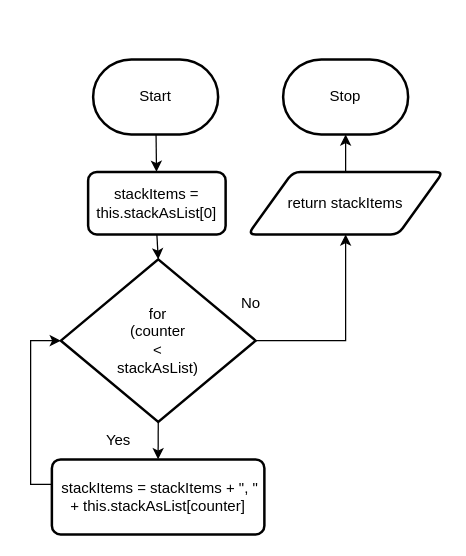
Earlier version of the draw.io diagram Unit2-01/design/flowchart2.drawio (evan-beaudoin99/ICS4U-Unit2-Evan-Beaudoin). Source tidied: cells renumbered, new cells numbered last; positions are measured from the earlier drawing's top-left corner, leaving out a move shared by most shapes. Both pictures are drawn from the tidied source at 125%, with x=0, y=0 at pixel (30, 59).
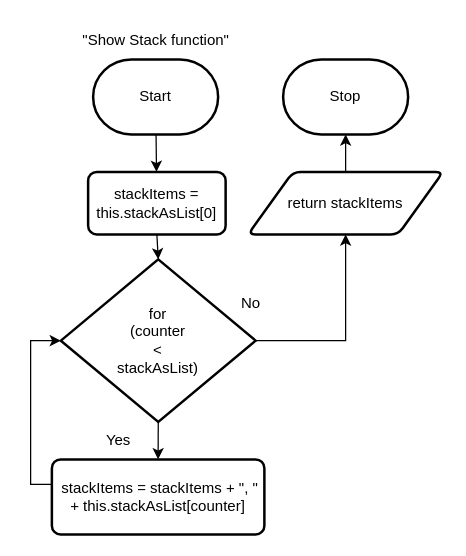
The same diagram, later.

What changed in the source:
```diff
@@
 <mxGraphModel>
   <root>
     <mxCell id="0" />
     <mxCell id="1" parent="0" />
     <mxCell id="2" style="edgeStyle=none;html=1;" parent="1" edge="1" source="3" target="5">
       <mxGeometry relative="1" as="geometry" />
     </mxCell>
     <mxCell id="3" value="Start" style="strokeWidth=2;html=1;shape=mxgraph.flowchart.terminator;whiteSpace=wrap;" parent="1" vertex="1">
       <mxGeometry x="50" width="100" height="60" as="geometry" />
     </mxCell>
     <mxCell id="4" style="edgeStyle=none;html=1;exitX=0.5;exitY=1;exitDx=0;exitDy=0;entryX=0.5;entryY=0;entryDx=0;entryDy=0;entryPerimeter=0;" parent="1" edge="1" source="5" target="8">
       <mxGeometry relative="1" as="geometry" />
     </mxCell>
     <mxCell id="5" value="stackItems = this.stackAsList[0]" style="rounded=1;whiteSpace=wrap;html=1;absoluteArcSize=1;arcSize=14;strokeWidth=2;" parent="1" vertex="1">
       <mxGeometry x="46" y="90" width="110" height="50" as="geometry" />
     </mxCell>
     <mxCell id="6" style="edgeStyle=none;html=1;exitX=0.5;exitY=1;exitDx=0;exitDy=0;exitPerimeter=0;entryX=0.5;entryY=0;entryDx=0;entryDy=0;" parent="1" edge="1" source="8" target="10">
       <mxGeometry relative="1" as="geometry" />
     </mxCell>
     <mxCell id="7" style="edgeStyle=orthogonalEdgeStyle;rounded=0;html=1;entryX=0.5;entryY=1;entryDx=0;entryDy=0;" parent="1" edge="1" source="8" target="14">
       <mxGeometry relative="1" as="geometry">
         <Array as="points">
           <mxPoint x="252" y="225" />
         </Array>
       </mxGeometry>
     </mxCell>
     <mxCell id="8" value="for&lt;br&gt;(counter &lt;br&gt;&amp;lt; &lt;br&gt;stackAsList)" style="strokeWidth=2;html=1;shape=mxgraph.flowchart.decision;whiteSpace=wrap;" parent="1" vertex="1">
       <mxGeometry x="24.2" y="160" width="155.8" height="130" as="geometry" />
     </mxCell>
     <mxCell id="9" style="edgeStyle=orthogonalEdgeStyle;html=1;entryX=0;entryY=0.5;entryDx=0;entryDy=0;entryPerimeter=0;rounded=0;" parent="1" edge="1" source="10" target="8">
       <mxGeometry relative="1" as="geometry">
         <Array as="points">
           <mxPoint y="340" />
           <mxPoint y="225" />
         </Array>
       </mxGeometry>
     </mxCell>
     <mxCell id="10" value="&lt;div&gt;&amp;nbsp; &amp;nbsp; &amp;nbsp;&lt;/div&gt;&lt;div&gt;&amp;nbsp;stackItems = stackItems + &quot;, &quot; + this.stackAsList[counter]&lt;/div&gt;&lt;div&gt;&lt;br&gt;&lt;/div&gt;" style="rounded=1;whiteSpace=wrap;html=1;absoluteArcSize=1;arcSize=14;strokeWidth=2;" parent="1" vertex="1">
       <mxGeometry x="17" y="320" width="170" height="60" as="geometry" />
     </mxCell>
     <mxCell id="11" value="Yes" style="text;html=1;align=center;verticalAlign=middle;strokeColor=none;fillColor=none;" parent="1" vertex="1">
       <mxGeometry x="50" y="290" width="40" height="30" as="geometry" />
     </mxCell>
     <mxCell id="12" value="Stop" style="strokeWidth=2;html=1;shape=mxgraph.flowchart.terminator;whiteSpace=wrap;" parent="1" vertex="1">
       <mxGeometry x="202" width="100" height="60" as="geometry" />
     </mxCell>
     <mxCell id="13" style="edgeStyle=orthogonalEdgeStyle;rounded=0;html=1;" parent="1" edge="1" source="14" target="12">
       <mxGeometry relative="1" as="geometry" />
     </mxCell>
     <mxCell id="14" value="return stackItems" style="shape=parallelogram;html=1;strokeWidth=2;perimeter=parallelogramPerimeter;whiteSpace=wrap;rounded=1;arcSize=12;size=0.23;" parent="1" vertex="1">
       <mxGeometry x="174" y="90" width="156" height="50" as="geometry" />
     </mxCell>
     <mxCell id="15" value="No" style="text;html=1;align=center;verticalAlign=middle;strokeColor=none;fillColor=none;" parent="1" vertex="1">
       <mxGeometry x="156" y="180" width="40" height="30" as="geometry" />
     </mxCell>
+    <mxCell id="16" value="&quot;Show Stack function&quot;" style="text;html=1;align=center;verticalAlign=middle;strokeColor=none;fillColor=none;" parent="1" vertex="1">
+      <mxGeometry x="30" y="-30" width="140" height="30" as="geometry" />
+    </mxCell>
   </root>
 </mxGraphModel>
```
